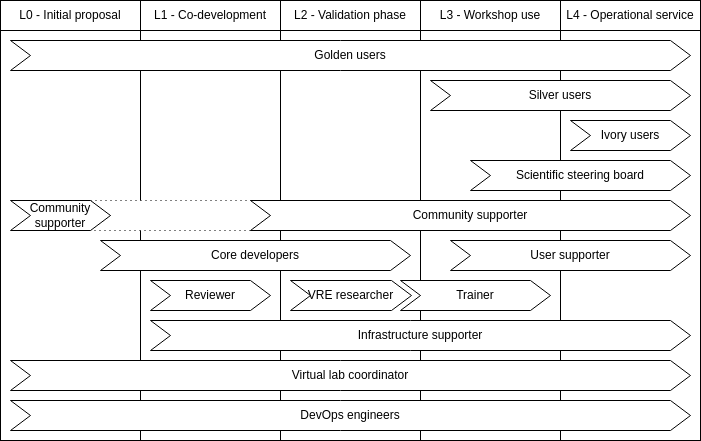
NaaVRE/website keeps this draw.io diagram as docs/readiness_levels/images/Timeline.drawio.png. Above is the earlier version. Source tidied: cells renumbered, new cells last; positions are measured from the earlier drawing's top-left corner, leaving out a move shared by most shapes.
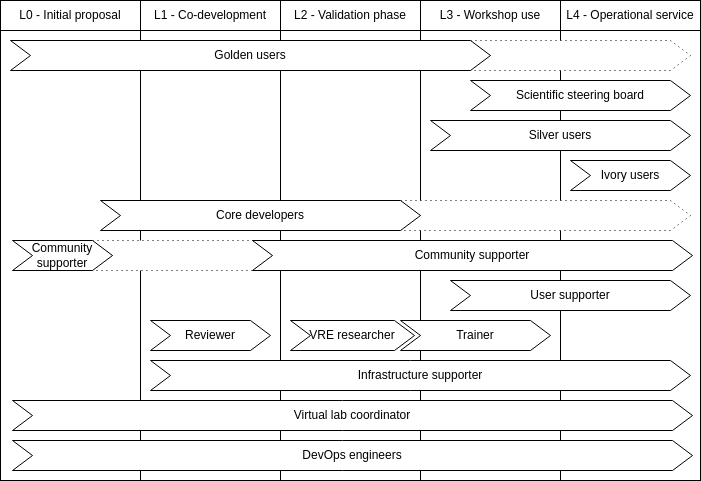
After the commit.

Diff of the diagram source:
```diff
@@ -18,58 +18,52 @@
       <mxGeometry x="560" width="140" height="30" as="geometry" />
     </mxCell>
     <mxCell id="7" style="rounded=0;whiteSpace=wrap;html=1;" parent="1" vertex="1">
-      <mxGeometry y="30" width="140" height="410" as="geometry" />
+      <mxGeometry y="30" width="140" height="450" as="geometry" />
     </mxCell>
     <mxCell id="8" style="rounded=0;whiteSpace=wrap;html=1;" parent="1" vertex="1">
-      <mxGeometry x="560" y="30" width="140" height="410" as="geometry" />
+      <mxGeometry x="560" y="30" width="140" height="450" as="geometry" />
     </mxCell>
     <mxCell id="9" style="rounded=0;whiteSpace=wrap;html=1;" parent="1" vertex="1">
-      <mxGeometry x="420" y="30" width="140" height="410" as="geometry" />
+      <mxGeometry x="420" y="30" width="140" height="450" as="geometry" />
     </mxCell>
     <mxCell id="10" style="rounded=0;whiteSpace=wrap;html=1;" parent="1" vertex="1">
-      <mxGeometry x="280" y="30" width="140" height="410" as="geometry" />
+      <mxGeometry x="280" y="30" width="140" height="450" as="geometry" />
     </mxCell>
     <mxCell id="11" style="rounded=0;whiteSpace=wrap;html=1;" parent="1" vertex="1">
-      <mxGeometry x="140" y="30" width="140" height="410" as="geometry" />
+      <mxGeometry x="140" y="30" width="140" height="450" as="geometry" />
     </mxCell>
-    <mxCell id="12" value="Golden users" style="shape=step;perimeter=stepPerimeter;whiteSpace=wrap;html=1;fixedSize=1;" parent="1" vertex="1">
-      <mxGeometry x="10" y="40" width="680" height="30" as="geometry" />
-    </mxCell>
     <mxCell id="13" value="Scientific steering board" style="shape=step;perimeter=stepPerimeter;whiteSpace=wrap;html=1;fixedSize=1;" parent="1" vertex="1">
-      <mxGeometry x="470" y="160" width="220" height="30" as="geometry" />
+      <mxGeometry x="470" y="80" width="220" height="30" as="geometry" />
     </mxCell>
-    <mxCell id="14" value="Core developers" style="shape=step;perimeter=stepPerimeter;whiteSpace=wrap;html=1;fixedSize=1;" parent="1" vertex="1">
-      <mxGeometry x="100" y="240" width="310" height="30" as="geometry" />
-    </mxCell>
     <mxCell id="15" value="Virtual lab coordinator" style="shape=step;perimeter=stepPerimeter;whiteSpace=wrap;html=1;fixedSize=1;" parent="1" vertex="1">
-      <mxGeometry x="10" y="360" width="680" height="30" as="geometry" />
+      <mxGeometry x="12" y="400" width="680" height="30" as="geometry" />
     </mxCell>
     <mxCell id="16" value="DevOps engineers" style="shape=step;perimeter=stepPerimeter;whiteSpace=wrap;html=1;fixedSize=1;" parent="1" vertex="1">
-      <mxGeometry x="10" y="400" width="680" height="30" as="geometry" />
+      <mxGeometry x="12" y="440" width="680" height="30" as="geometry" />
     </mxCell>
     <mxCell id="17" value="Infrastructure supporter" style="shape=step;perimeter=stepPerimeter;whiteSpace=wrap;html=1;fixedSize=1;" parent="1" vertex="1">
-      <mxGeometry x="150" y="320" width="540" height="30" as="geometry" />
+      <mxGeometry x="150" y="360" width="540" height="30" as="geometry" />
     </mxCell>
     <mxCell id="18" value="Reviewer" style="shape=step;perimeter=stepPerimeter;whiteSpace=wrap;html=1;fixedSize=1;" parent="1" vertex="1">
-      <mxGeometry x="150" y="280" width="120" height="30" as="geometry" />
+      <mxGeometry x="150" y="320" width="120" height="30" as="geometry" />
     </mxCell>
     <mxCell id="19" value="Trainer" style="shape=step;perimeter=stepPerimeter;whiteSpace=wrap;html=1;fixedSize=1;" parent="1" vertex="1">
-      <mxGeometry x="400" y="280" width="150" height="30" as="geometry" />
+      <mxGeometry x="400" y="320" width="150" height="30" as="geometry" />
     </mxCell>
     <mxCell id="20" value="User supporter" style="shape=step;perimeter=stepPerimeter;whiteSpace=wrap;html=1;fixedSize=1;" parent="1" vertex="1">
-      <mxGeometry x="450" y="240" width="240" height="30" as="geometry" />
+      <mxGeometry x="450" y="280" width="240" height="30" as="geometry" />
     </mxCell>
     <mxCell id="21" value="VRE researcher" style="shape=step;perimeter=stepPerimeter;whiteSpace=wrap;html=1;fixedSize=1;" parent="1" vertex="1">
-      <mxGeometry x="290" y="280" width="121" height="30" as="geometry" />
+      <mxGeometry x="290" y="320" width="124" height="30" as="geometry" />
     </mxCell>
     <mxCell id="22" value="Silver users" style="shape=step;perimeter=stepPerimeter;whiteSpace=wrap;html=1;fixedSize=1;" parent="1" vertex="1">
-      <mxGeometry x="430" y="80" width="260" height="30" as="geometry" />
+      <mxGeometry x="430" y="120" width="260" height="30" as="geometry" />
     </mxCell>
     <mxCell id="23" value="Ivory users" style="shape=step;perimeter=stepPerimeter;whiteSpace=wrap;html=1;fixedSize=1;" parent="1" vertex="1">
-      <mxGeometry x="570" y="120" width="120" height="30" as="geometry" />
+      <mxGeometry x="570" y="160" width="120" height="30" as="geometry" />
     </mxCell>
     <mxCell id="24" style="group;" parent="1" vertex="1">
-      <mxGeometry x="10" y="200" width="680" height="30" as="geometry" />
+      <mxGeometry x="12" y="240" width="680" height="30" as="geometry" />
     </mxCell>
     <mxCell id="25" style="shape=step;perimeter=stepPerimeter;whiteSpace=wrap;html=1;fixedSize=1;dashed=1;dashPattern=1 4;" parent="24" vertex="1">
       <mxGeometry x="80" width="180" height="30" as="geometry" />
@@ -80,5 +74,17 @@
     <mxCell id="27" value="Community supporter" style="shape=step;perimeter=stepPerimeter;whiteSpace=wrap;html=1;fixedSize=1;" parent="24" vertex="1">
       <mxGeometry x="240" width="440" height="30" as="geometry" />
     </mxCell>
+    <mxCell id="28" style="shape=step;perimeter=stepPerimeter;whiteSpace=wrap;html=1;fixedSize=1;dashed=1;dashPattern=1 4;" parent="1" vertex="1">
+      <mxGeometry x="470" y="40" width="220" height="30" as="geometry" />
+    </mxCell>
+    <mxCell id="12" value="Golden users" style="shape=step;perimeter=stepPerimeter;whiteSpace=wrap;html=1;fixedSize=1;" parent="1" vertex="1">
+      <mxGeometry x="10" y="40" width="480" height="30" as="geometry" />
+    </mxCell>
+    <mxCell id="29" style="shape=step;perimeter=stepPerimeter;whiteSpace=wrap;html=1;fixedSize=1;dashed=1;dashPattern=1 4;" parent="1" vertex="1">
+      <mxGeometry x="400" y="200" width="290" height="30" as="geometry" />
+    </mxCell>
+    <mxCell id="14" value="Core developers" style="shape=step;perimeter=stepPerimeter;whiteSpace=wrap;html=1;fixedSize=1;" parent="1" vertex="1">
+      <mxGeometry x="100" y="200" width="320" height="30" as="geometry" />
+    </mxCell>
   </root>
 </mxGraphModel>
```
